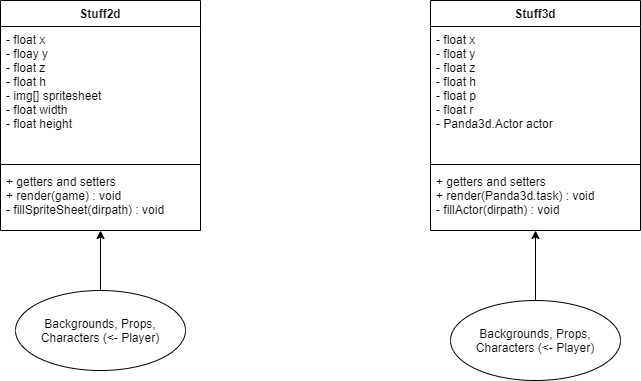
Before: threeP_games_class_structure.png, a diagram exported from draw.io (francis-chris5/threeP.games). Source tidied: cells renumbered, new cells last; positions are measured from the earlier drawing's top-left corner, leaving out a move shared by most shapes. Its diagram source:
```xml
<mxGraphModel>
  <root>
    <mxCell id="0" />
    <mxCell id="1" parent="0" />
    <mxCell id="2" value="Stuff3d" style="swimlane;fontStyle=1;align=center;verticalAlign=top;horizontal=1;startSize=26;" parent="1" vertex="1">
      <mxGeometry x="430" width="210" height="230" as="geometry" />
    </mxCell>
    <mxCell id="3" value="- float x&#10;- float y&#10;- float z&#10;- float h&#10;- float p&#10;- float r&#10;- Panda3d.Actor actor&#10;" style="text;strokeColor=none;fillColor=none;align=left;verticalAlign=top;spacingLeft=4;spacingRight=4;overflow=hidden;" parent="2" vertex="1">
      <mxGeometry y="26" width="210" height="134" as="geometry" />
    </mxCell>
    <mxCell id="4" style="line;strokeWidth=1;fillColor=none;align=left;verticalAlign=middle;spacingTop=-1;spacingLeft=3;spacingRight=3;labelPosition=right;" parent="2" vertex="1">
      <mxGeometry y="160" width="210" height="8" as="geometry" />
    </mxCell>
    <mxCell id="5" value="+ getters and setters&#10;+ render(Panda3d.task) : void&#10;- fillActor(dirpath) : void" style="text;strokeColor=none;fillColor=none;align=left;verticalAlign=top;spacingLeft=4;spacingRight=4;overflow=hidden;" parent="2" vertex="1">
      <mxGeometry y="168" width="210" height="62" as="geometry" />
    </mxCell>
    <mxCell id="6" value="Stuff2d" style="swimlane;fontStyle=1;align=center;verticalAlign=top;horizontal=1;startSize=26;" parent="1" vertex="1">
      <mxGeometry width="200" height="230" as="geometry" />
    </mxCell>
    <mxCell id="7" value="- float x&#10;- floay y&#10;- float z&#10;- float h&#10;- img[] spritesheet&#10;- float width&#10;- float height&#10;" style="text;strokeColor=none;fillColor=none;align=left;verticalAlign=top;spacingLeft=4;spacingRight=4;overflow=hidden;" parent="6" vertex="1">
      <mxGeometry y="26" width="200" height="134" as="geometry" />
    </mxCell>
    <mxCell id="8" style="line;strokeWidth=1;fillColor=none;align=left;verticalAlign=middle;spacingTop=-1;spacingLeft=3;spacingRight=3;labelPosition=right;" parent="6" vertex="1">
      <mxGeometry y="160" width="200" height="8" as="geometry" />
    </mxCell>
    <mxCell id="9" value="+ getters and setters&#10;+ render(game) : void&#10;- fillSpriteSheet(dirpath) : void" style="text;strokeColor=none;fillColor=none;align=left;verticalAlign=top;spacingLeft=4;spacingRight=4;overflow=hidden;" parent="6" vertex="1">
      <mxGeometry y="168" width="200" height="62" as="geometry" />
    </mxCell>
    <mxCell id="10" style="edgeStyle=orthogonalEdgeStyle;rounded=0;jettySize=auto;html=1;exitX=0.5;exitY=0;exitDx=0;exitDy=0;" parent="1" edge="1" source="11" target="6">
      <mxGeometry relative="1" as="geometry" />
    </mxCell>
    <mxCell id="11" value="Backgrounds, Props, Characters (&amp;lt;- Player)" style="ellipse;whiteSpace=wrap;html=1;" parent="1" vertex="1">
      <mxGeometry x="15" y="290" width="170" height="80" as="geometry" />
    </mxCell>
    <mxCell id="12" style="edgeStyle=orthogonalEdgeStyle;rounded=0;jettySize=auto;html=1;exitX=0.5;exitY=0;exitDx=0;exitDy=0;" parent="1" edge="1" source="13" target="2">
      <mxGeometry relative="1" as="geometry" />
    </mxCell>
    <mxCell id="13" value="Backgrounds, Props, Characters (&amp;lt;- Player)" style="ellipse;whiteSpace=wrap;html=1;" parent="1" vertex="1">
      <mxGeometry x="450" y="300" width="170" height="80" as="geometry" />
    </mxCell>
  </root>
</mxGraphModel>
```
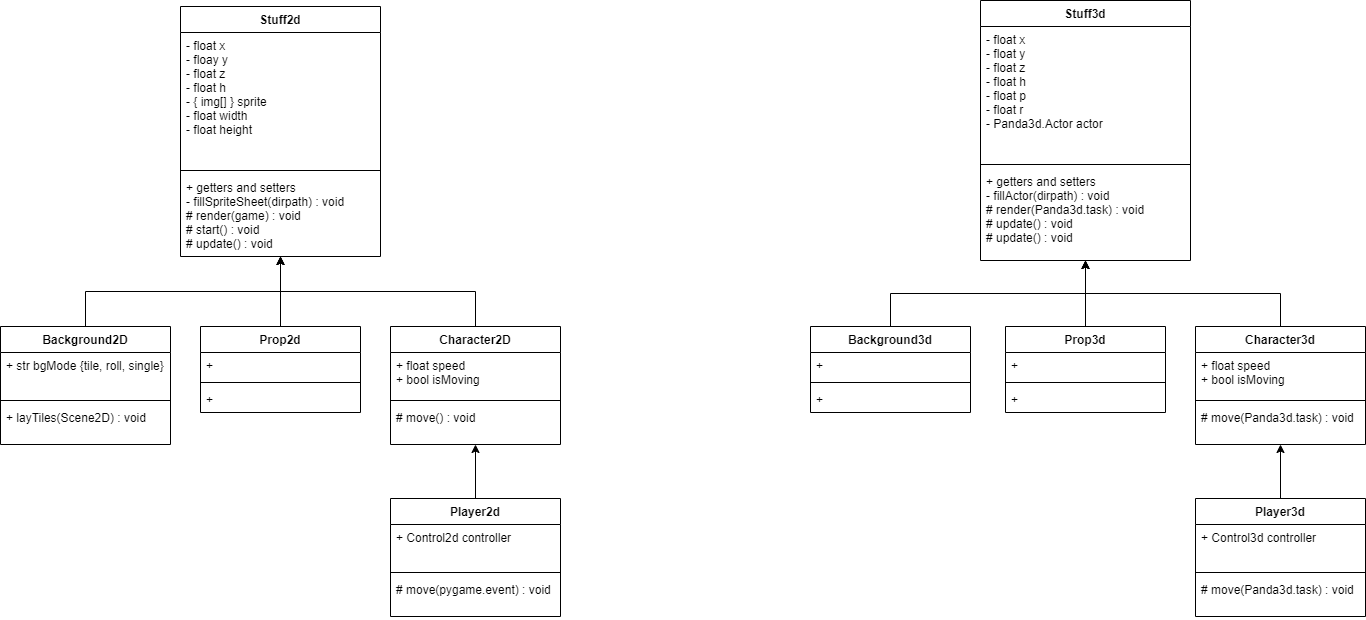
Above is the later version.

Diff of the diagram source:
```diff
@@ -3,7 +3,7 @@
     <mxCell id="0" />
     <mxCell id="1" parent="0" />
     <mxCell id="2" value="Stuff3d" style="swimlane;fontStyle=1;align=center;verticalAlign=top;horizontal=1;startSize=26;" parent="1" vertex="1">
-      <mxGeometry x="430" width="210" height="230" as="geometry" />
+      <mxGeometry x="800" y="-6" width="210" height="260" as="geometry" />
     </mxCell>
     <mxCell id="3" value="- float x&#10;- float y&#10;- float z&#10;- float h&#10;- float p&#10;- float r&#10;- Panda3d.Actor actor&#10;" style="text;strokeColor=none;fillColor=none;align=left;verticalAlign=top;spacingLeft=4;spacingRight=4;overflow=hidden;" parent="2" vertex="1">
       <mxGeometry y="26" width="210" height="134" as="geometry" />
@@ -11,32 +11,140 @@
     <mxCell id="4" style="line;strokeWidth=1;fillColor=none;align=left;verticalAlign=middle;spacingTop=-1;spacingLeft=3;spacingRight=3;labelPosition=right;" parent="2" vertex="1">
       <mxGeometry y="160" width="210" height="8" as="geometry" />
     </mxCell>
-    <mxCell id="5" value="+ getters and setters&#10;+ render(Panda3d.task) : void&#10;- fillActor(dirpath) : void" style="text;strokeColor=none;fillColor=none;align=left;verticalAlign=top;spacingLeft=4;spacingRight=4;overflow=hidden;" parent="2" vertex="1">
-      <mxGeometry y="168" width="210" height="62" as="geometry" />
+    <mxCell id="5" value="+ getters and setters&#10;- fillActor(dirpath) : void&#10;# render(Panda3d.task) : void&#10;# update() : void&#10;# update() : void" style="text;strokeColor=none;fillColor=none;align=left;verticalAlign=top;spacingLeft=4;spacingRight=4;overflow=hidden;" parent="2" vertex="1">
+      <mxGeometry y="168" width="210" height="92" as="geometry" />
     </mxCell>
     <mxCell id="6" value="Stuff2d" style="swimlane;fontStyle=1;align=center;verticalAlign=top;horizontal=1;startSize=26;" parent="1" vertex="1">
-      <mxGeometry width="200" height="230" as="geometry" />
+      <mxGeometry width="200" height="250" as="geometry" />
     </mxCell>
-    <mxCell id="7" value="- float x&#10;- floay y&#10;- float z&#10;- float h&#10;- img[] spritesheet&#10;- float width&#10;- float height&#10;" style="text;strokeColor=none;fillColor=none;align=left;verticalAlign=top;spacingLeft=4;spacingRight=4;overflow=hidden;" parent="6" vertex="1">
+    <mxCell id="7" value="- float x&#10;- floay y&#10;- float z&#10;- float h&#10;- { img[] } sprite&#10;- float width&#10;- float height&#10;" style="text;strokeColor=none;fillColor=none;align=left;verticalAlign=top;spacingLeft=4;spacingRight=4;overflow=hidden;" parent="6" vertex="1">
       <mxGeometry y="26" width="200" height="134" as="geometry" />
     </mxCell>
     <mxCell id="8" style="line;strokeWidth=1;fillColor=none;align=left;verticalAlign=middle;spacingTop=-1;spacingLeft=3;spacingRight=3;labelPosition=right;" parent="6" vertex="1">
       <mxGeometry y="160" width="200" height="8" as="geometry" />
     </mxCell>
-    <mxCell id="9" value="+ getters and setters&#10;+ render(game) : void&#10;- fillSpriteSheet(dirpath) : void" style="text;strokeColor=none;fillColor=none;align=left;verticalAlign=top;spacingLeft=4;spacingRight=4;overflow=hidden;" parent="6" vertex="1">
-      <mxGeometry y="168" width="200" height="62" as="geometry" />
+    <mxCell id="9" value="+ getters and setters&#10;- fillSpriteSheet(dirpath) : void&#10;# render(game) : void&#10;# start() : void&#10;# update() : void" style="text;strokeColor=none;fillColor=none;align=left;verticalAlign=top;spacingLeft=4;spacingRight=4;overflow=hidden;" parent="6" vertex="1">
+      <mxGeometry y="168" width="200" height="82" as="geometry" />
     </mxCell>
-    <mxCell id="10" style="edgeStyle=orthogonalEdgeStyle;rounded=0;jettySize=auto;html=1;exitX=0.5;exitY=0;exitDx=0;exitDy=0;" parent="1" edge="1" source="11" target="6">
-      <mxGeometry relative="1" as="geometry" />
-    </mxCell>
-    <mxCell id="11" value="Backgrounds, Props, Characters (&amp;lt;- Player)" style="ellipse;whiteSpace=wrap;html=1;" parent="1" vertex="1">
-      <mxGeometry x="15" y="290" width="170" height="80" as="geometry" />
-    </mxCell>
-    <mxCell id="12" style="edgeStyle=orthogonalEdgeStyle;rounded=0;jettySize=auto;html=1;exitX=0.5;exitY=0;exitDx=0;exitDy=0;" parent="1" edge="1" source="13" target="2">
-      <mxGeometry relative="1" as="geometry" />
-    </mxCell>
-    <mxCell id="13" value="Backgrounds, Props, Characters (&amp;lt;- Player)" style="ellipse;whiteSpace=wrap;html=1;" parent="1" vertex="1">
-      <mxGeometry x="450" y="300" width="170" height="80" as="geometry" />
-    </mxCell>
+    <mxCell id="14" style="edgeStyle=orthogonalEdgeStyle;rounded=0;jettySize=auto;html=1;exitX=0.5;exitY=0;exitDx=0;exitDy=0;" parent="1" edge="1" source="15" target="6">
+      <mxGeometry relative="1" as="geometry" />
+    </mxCell>
+    <mxCell id="15" value="Prop2d" style="swimlane;fontStyle=1;align=center;verticalAlign=top;horizontal=1;startSize=26;" parent="1" vertex="1">
+      <mxGeometry x="20" y="320" width="160" height="86" as="geometry" />
+    </mxCell>
+    <mxCell id="16" value="+" style="text;strokeColor=none;fillColor=none;align=left;verticalAlign=top;spacingLeft=4;spacingRight=4;overflow=hidden;" parent="15" vertex="1">
+      <mxGeometry y="26" width="160" height="26" as="geometry" />
+    </mxCell>
+    <mxCell id="17" style="line;strokeWidth=1;fillColor=none;align=left;verticalAlign=middle;spacingTop=-1;spacingLeft=3;spacingRight=3;labelPosition=right;" parent="15" vertex="1">
+      <mxGeometry y="52" width="160" height="8" as="geometry" />
+    </mxCell>
+    <mxCell id="18" value="+" style="text;strokeColor=none;fillColor=none;align=left;verticalAlign=top;spacingLeft=4;spacingRight=4;overflow=hidden;" parent="15" vertex="1">
+      <mxGeometry y="60" width="160" height="26" as="geometry" />
+    </mxCell>
+    <mxCell id="19" style="edgeStyle=orthogonalEdgeStyle;rounded=0;jettySize=auto;html=1;exitX=0.5;exitY=0;exitDx=0;exitDy=0;" parent="1" edge="1" source="20" target="6">
+      <mxGeometry relative="1" as="geometry" />
+    </mxCell>
+    <mxCell id="20" value="Background2D" style="swimlane;fontStyle=1;align=center;verticalAlign=top;horizontal=1;startSize=26;" parent="1" vertex="1">
+      <mxGeometry x="-180" y="320" width="170" height="118" as="geometry" />
+    </mxCell>
+    <mxCell id="21" value="+ str bgMode {tile, roll, single}&#10;" style="text;strokeColor=none;fillColor=none;align=left;verticalAlign=top;spacingLeft=4;spacingRight=4;overflow=hidden;" parent="20" vertex="1">
+      <mxGeometry y="26" width="170" height="44" as="geometry" />
+    </mxCell>
+    <mxCell id="22" style="line;strokeWidth=1;fillColor=none;align=left;verticalAlign=middle;spacingTop=-1;spacingLeft=3;spacingRight=3;labelPosition=right;" parent="20" vertex="1">
+      <mxGeometry y="70" width="170" height="8" as="geometry" />
+    </mxCell>
+    <mxCell id="23" value="+ layTiles(Scene2D) : void" style="text;strokeColor=none;fillColor=none;align=left;verticalAlign=top;spacingLeft=4;spacingRight=4;overflow=hidden;" parent="20" vertex="1">
+      <mxGeometry y="78" width="170" height="40" as="geometry" />
+    </mxCell>
+    <mxCell id="24" style="edgeStyle=orthogonalEdgeStyle;rounded=0;jettySize=auto;html=1;exitX=0.5;exitY=0;exitDx=0;exitDy=0;" parent="1" edge="1" source="25" target="6">
+      <mxGeometry relative="1" as="geometry" />
+    </mxCell>
+    <mxCell id="25" value="Character2D" style="swimlane;fontStyle=1;align=center;verticalAlign=top;horizontal=1;startSize=26;" parent="1" vertex="1">
+      <mxGeometry x="210" y="320" width="170" height="118" as="geometry" />
+    </mxCell>
+    <mxCell id="26" value="+ float speed&#10;+ bool isMoving" style="text;strokeColor=none;fillColor=none;align=left;verticalAlign=top;spacingLeft=4;spacingRight=4;overflow=hidden;" parent="25" vertex="1">
+      <mxGeometry y="26" width="170" height="44" as="geometry" />
+    </mxCell>
+    <mxCell id="27" style="line;strokeWidth=1;fillColor=none;align=left;verticalAlign=middle;spacingTop=-1;spacingLeft=3;spacingRight=3;labelPosition=right;" parent="25" vertex="1">
+      <mxGeometry y="70" width="170" height="8" as="geometry" />
+    </mxCell>
+    <mxCell id="28" value="# move() : void" style="text;strokeColor=none;fillColor=none;align=left;verticalAlign=top;spacingLeft=4;spacingRight=4;overflow=hidden;" parent="25" vertex="1">
+      <mxGeometry y="78" width="170" height="40" as="geometry" />
+    </mxCell>
+    <mxCell id="29" style="edgeStyle=orthogonalEdgeStyle;rounded=0;jettySize=auto;html=1;exitX=0.5;exitY=0;exitDx=0;exitDy=0;" parent="1" edge="1" source="30" target="25">
+      <mxGeometry relative="1" as="geometry" />
+    </mxCell>
+    <mxCell id="30" value="Player2d" style="swimlane;fontStyle=1;align=center;verticalAlign=top;horizontal=1;startSize=26;" parent="1" vertex="1">
+      <mxGeometry x="210" y="492" width="170" height="118" as="geometry" />
+    </mxCell>
+    <mxCell id="31" value="+ Control2d controller" style="text;strokeColor=none;fillColor=none;align=left;verticalAlign=top;spacingLeft=4;spacingRight=4;overflow=hidden;" parent="30" vertex="1">
+      <mxGeometry y="26" width="170" height="44" as="geometry" />
+    </mxCell>
+    <mxCell id="32" style="line;strokeWidth=1;fillColor=none;align=left;verticalAlign=middle;spacingTop=-1;spacingLeft=3;spacingRight=3;labelPosition=right;" parent="30" vertex="1">
+      <mxGeometry y="70" width="170" height="8" as="geometry" />
+    </mxCell>
+    <mxCell id="33" value="# move(pygame.event) : void" style="text;strokeColor=none;fillColor=none;align=left;verticalAlign=top;spacingLeft=4;spacingRight=4;overflow=hidden;" parent="30" vertex="1">
+      <mxGeometry y="78" width="170" height="40" as="geometry" />
+    </mxCell>
+    <mxCell id="34" style="edgeStyle=orthogonalEdgeStyle;rounded=0;jettySize=auto;html=1;exitX=0.5;exitY=0;exitDx=0;exitDy=0;" parent="1" edge="1" source="35" target="2">
+      <mxGeometry relative="1" as="geometry" />
+    </mxCell>
+    <mxCell id="35" value="Prop3d" style="swimlane;fontStyle=1;align=center;verticalAlign=top;horizontal=1;startSize=26;" parent="1" vertex="1">
+      <mxGeometry x="825" y="320" width="160" height="86" as="geometry" />
+    </mxCell>
+    <mxCell id="36" value="+" style="text;strokeColor=none;fillColor=none;align=left;verticalAlign=top;spacingLeft=4;spacingRight=4;overflow=hidden;" parent="35" vertex="1">
+      <mxGeometry y="26" width="160" height="26" as="geometry" />
+    </mxCell>
+    <mxCell id="37" style="line;strokeWidth=1;fillColor=none;align=left;verticalAlign=middle;spacingTop=-1;spacingLeft=3;spacingRight=3;labelPosition=right;" parent="35" vertex="1">
+      <mxGeometry y="52" width="160" height="8" as="geometry" />
+    </mxCell>
+    <mxCell id="38" value="+" style="text;strokeColor=none;fillColor=none;align=left;verticalAlign=top;spacingLeft=4;spacingRight=4;overflow=hidden;" parent="35" vertex="1">
+      <mxGeometry y="60" width="160" height="26" as="geometry" />
+    </mxCell>
+    <mxCell id="39" style="edgeStyle=orthogonalEdgeStyle;rounded=0;jettySize=auto;html=1;exitX=0.5;exitY=0;exitDx=0;exitDy=0;" parent="1" edge="1" source="40" target="2">
+      <mxGeometry relative="1" as="geometry" />
+    </mxCell>
+    <mxCell id="40" value="Character3d" style="swimlane;fontStyle=1;align=center;verticalAlign=top;horizontal=1;startSize=26;" parent="1" vertex="1">
+      <mxGeometry x="1015" y="320" width="170" height="118" as="geometry" />
+    </mxCell>
+    <mxCell id="41" value="+ float speed&#10;+ bool isMoving" style="text;strokeColor=none;fillColor=none;align=left;verticalAlign=top;spacingLeft=4;spacingRight=4;overflow=hidden;" parent="40" vertex="1">
+      <mxGeometry y="26" width="170" height="44" as="geometry" />
+    </mxCell>
+    <mxCell id="42" style="line;strokeWidth=1;fillColor=none;align=left;verticalAlign=middle;spacingTop=-1;spacingLeft=3;spacingRight=3;labelPosition=right;" parent="40" vertex="1">
+      <mxGeometry y="70" width="170" height="8" as="geometry" />
+    </mxCell>
+    <mxCell id="43" value="# move(Panda3d.task) : void" style="text;strokeColor=none;fillColor=none;align=left;verticalAlign=top;spacingLeft=4;spacingRight=4;overflow=hidden;" parent="40" vertex="1">
+      <mxGeometry y="78" width="170" height="40" as="geometry" />
+    </mxCell>
+    <mxCell id="44" style="edgeStyle=orthogonalEdgeStyle;rounded=0;jettySize=auto;html=1;exitX=0.5;exitY=0;exitDx=0;exitDy=0;" parent="1" edge="1" source="45" target="40">
+      <mxGeometry relative="1" as="geometry" />
+    </mxCell>
+    <mxCell id="45" value="Player3d" style="swimlane;fontStyle=1;align=center;verticalAlign=top;horizontal=1;startSize=26;" parent="1" vertex="1">
+      <mxGeometry x="1015" y="492" width="170" height="118" as="geometry" />
+    </mxCell>
+    <mxCell id="46" value="+ Control3d controller" style="text;strokeColor=none;fillColor=none;align=left;verticalAlign=top;spacingLeft=4;spacingRight=4;overflow=hidden;" parent="45" vertex="1">
+      <mxGeometry y="26" width="170" height="44" as="geometry" />
+    </mxCell>
+    <mxCell id="47" style="line;strokeWidth=1;fillColor=none;align=left;verticalAlign=middle;spacingTop=-1;spacingLeft=3;spacingRight=3;labelPosition=right;" parent="45" vertex="1">
+      <mxGeometry y="70" width="170" height="8" as="geometry" />
+    </mxCell>
+    <mxCell id="48" value="# move(Panda3d.task) : void" style="text;strokeColor=none;fillColor=none;align=left;verticalAlign=top;spacingLeft=4;spacingRight=4;overflow=hidden;" parent="45" vertex="1">
+      <mxGeometry y="78" width="170" height="40" as="geometry" />
+    </mxCell>
+    <mxCell id="49" style="edgeStyle=orthogonalEdgeStyle;rounded=0;jettySize=auto;html=1;exitX=0.5;exitY=0;exitDx=0;exitDy=0;" parent="1" edge="1" source="50" target="2">
+      <mxGeometry relative="1" as="geometry" />
+    </mxCell>
+    <mxCell id="50" value="Background3d" style="swimlane;fontStyle=1;align=center;verticalAlign=top;horizontal=1;startSize=26;" parent="1" vertex="1">
+      <mxGeometry x="630" y="320" width="160" height="86" as="geometry" />
+    </mxCell>
+    <mxCell id="51" value="+" style="text;strokeColor=none;fillColor=none;align=left;verticalAlign=top;spacingLeft=4;spacingRight=4;overflow=hidden;" parent="50" vertex="1">
+      <mxGeometry y="26" width="160" height="26" as="geometry" />
+    </mxCell>
+    <mxCell id="52" style="line;strokeWidth=1;fillColor=none;align=left;verticalAlign=middle;spacingTop=-1;spacingLeft=3;spacingRight=3;labelPosition=right;" parent="50" vertex="1">
+      <mxGeometry y="52" width="160" height="8" as="geometry" />
+    </mxCell>
+    <mxCell id="53" value="+" style="text;strokeColor=none;fillColor=none;align=left;verticalAlign=top;spacingLeft=4;spacingRight=4;overflow=hidden;" parent="50" vertex="1">
+      <mxGeometry y="60" width="160" height="26" as="geometry" />
+    </mxCell>
   </root>
 </mxGraphModel>
```
